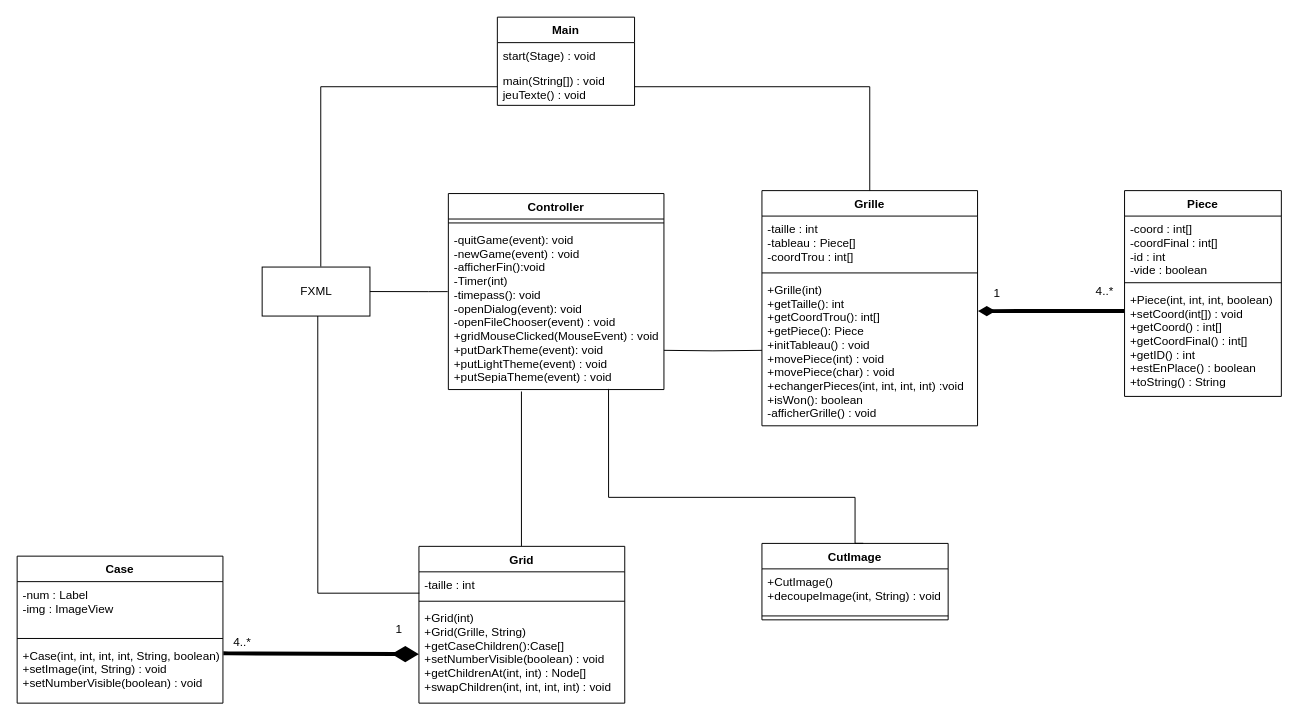
tiphainewo/Projet-Taquin keeps this draw.io diagram as Diagramme_Classes.drawio. Above is the earlier version. Source tidied: cells renumbered, new cells numbered last; positions are measured from the earlier drawing's top-left corner, leaving out a move shared by most shapes. Both pictures are drawn from the tidied source at 98%, with x=0, y=0 at pixel (17, 17).
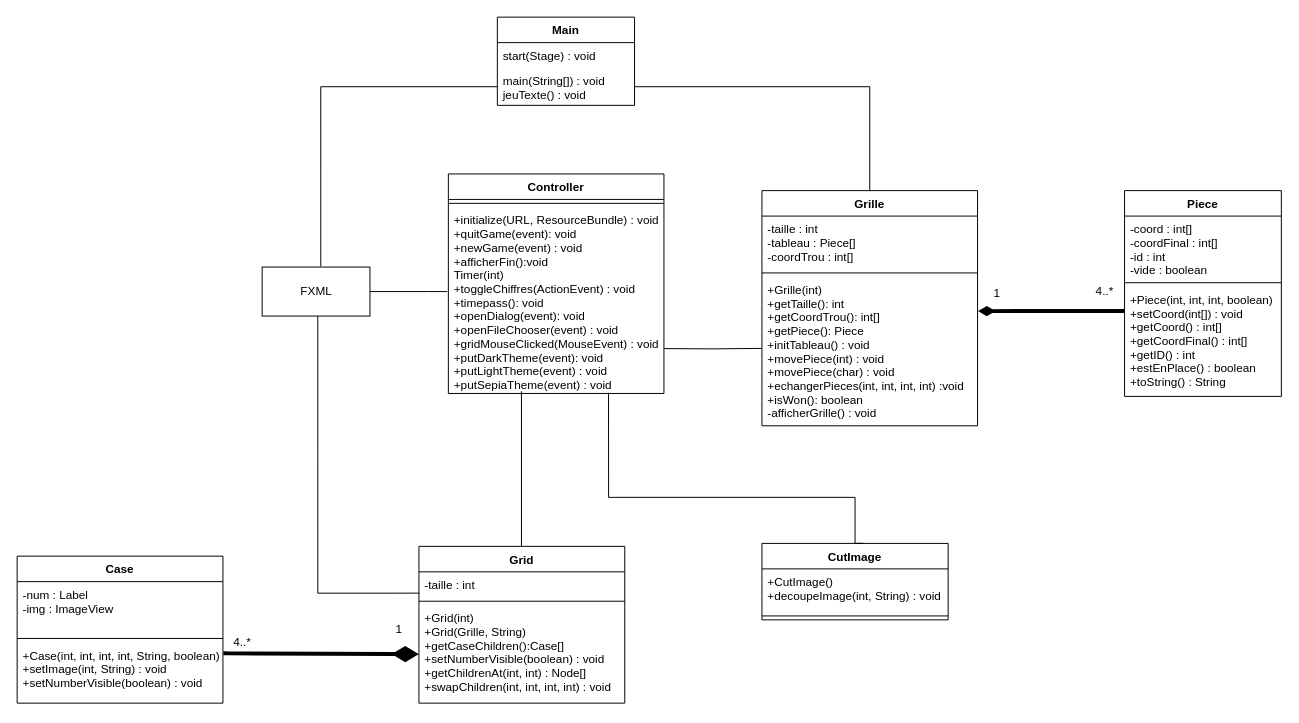
After the change.

Unchanged cells that the change refers to:
```xml
<mxCell id="28" value="FXML" style="html=1;" parent="1" vertex="1">
  <mxGeometry x="250" y="255" width="110" height="50" as="geometry" />
</mxCell>
```

What changed in the source:
```diff
@@
     <mxCell id="13" value="Controller" style="swimlane;fontStyle=1;align=center;verticalAlign=top;horizontal=1;startSize=26;" parent="1" vertex="1">
-      <mxGeometry x="440" y="180" width="220" height="200" as="geometry" />
+      <mxGeometry x="440" y="160" width="220" height="224" as="geometry" />
     </mxCell>
@@
-    <mxCell id="15" value="-quitGame(event): void&#10;-newGame(event) : void&#10;-afficherFin():void&#10;-Timer(int)&#10;-timepass(): void&#10;-openDialog(event): void&#10;-openFileChooser(event) : void&#10;+gridMouseClicked(MouseEvent) : void&#10;+putDarkTheme(event): void&#10;+putLightTheme(event) : void&#10;+putSepiaTheme(event) : void" style="text;strokeColor=none;fillColor=none;align=left;verticalAlign=top;spacingLeft=4;spacingRight=4;overflow=hidden;points=[[0,0.5],[1,0.5]];portConstraint=eastwest;" parent="13" vertex="1">
-      <mxGeometry y="34" width="220" height="166" as="geometry" />
+    <mxCell id="15" value="+initialize(URL, ResourceBundle) : void&#10;+quitGame(event): void&#10;+newGame(event) : void&#10;+afficherFin():void&#10;Timer(int)&#10;+toggleChiffres(ActionEvent) : void&#10;+timepass(): void&#10;+openDialog(event): void&#10;+openFileChooser(event) : void&#10;+gridMouseClicked(MouseEvent) : void&#10;+putDarkTheme(event): void&#10;+putLightTheme(event) : void&#10;+putSepiaTheme(event) : void" style="text;strokeColor=none;fillColor=none;align=left;verticalAlign=top;spacingLeft=4;spacingRight=4;overflow=hidden;points=[[0,0.5],[1,0.5]];portConstraint=eastwest;" parent="13" vertex="1">
+      <mxGeometry y="34" width="220" height="190" as="geometry" />
     </mxCell>
@@
     <mxCell id="32" style="edgeStyle=orthogonalEdgeStyle;rounded=0;jettySize=auto;html=1;entryX=1;entryY=0.759;entryDx=0;entryDy=0;entryPerimeter=0;endArrow=none;endFill=0;" parent="1" edge="1" target="15">
       <mxGeometry relative="1" as="geometry">
-        <mxPoint x="760" y="340" as="sourcePoint" />
+        <mxPoint x="760" y="338" as="sourcePoint" />
       </mxGeometry>
     </mxCell>
@@
-    <mxCell id="40" style="edgeStyle=orthogonalEdgeStyle;rounded=0;jettySize=auto;html=1;entryX=1;entryY=0.5;entryDx=0;entryDy=0;endArrow=none;endFill=0;exitX=-0.003;exitY=0.398;exitDx=0;exitDy=0;exitPerimeter=0;" parent="1" edge="1" source="15" target="28">
+    <mxCell id="40" style="edgeStyle=orthogonalEdgeStyle;rounded=0;jettySize=auto;html=1;entryX=1;entryY=0.5;entryDx=0;entryDy=0;endArrow=none;endFill=0;" parent="1" edge="1" target="28">
       <mxGeometry relative="1" as="geometry">
+        <mxPoint x="439" y="280" as="sourcePoint" />
         <Array as="points">
           <mxPoint x="420" y="280" />
         </Array>
       </mxGeometry>
     </mxCell>
```
